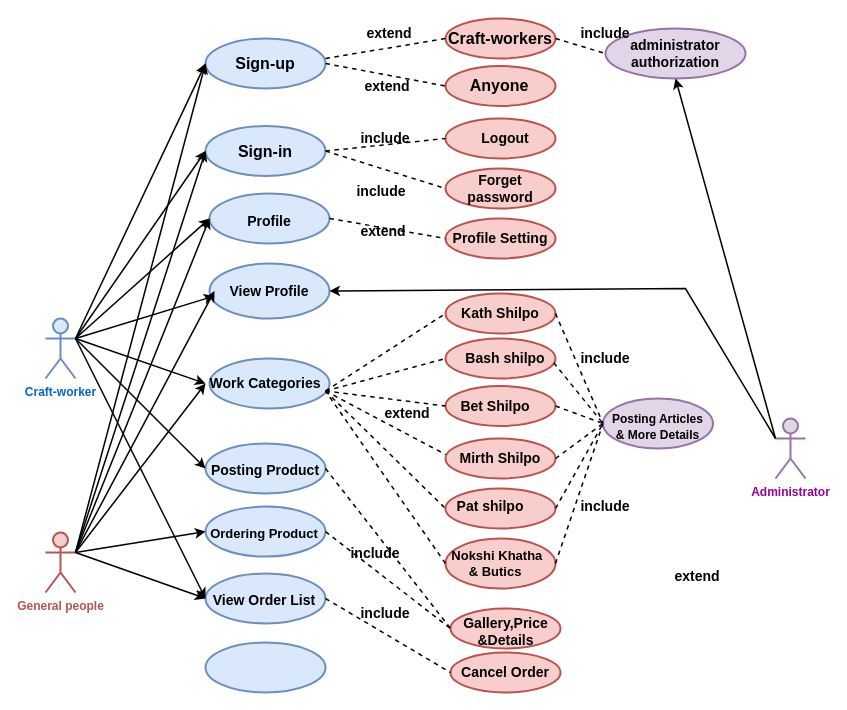
Above: se231use.drawio in Fatema-A-Ferdaus/se231 (draw.io), before the change. Source tidied: cells renumbered, new cells numbered last; positions are measured from the earlier drawing's top-left corner, leaving out a move shared by most shapes. Both pictures are drawn from the tidied source at 100%, with x=0, y=0 at pixel (45, 18).
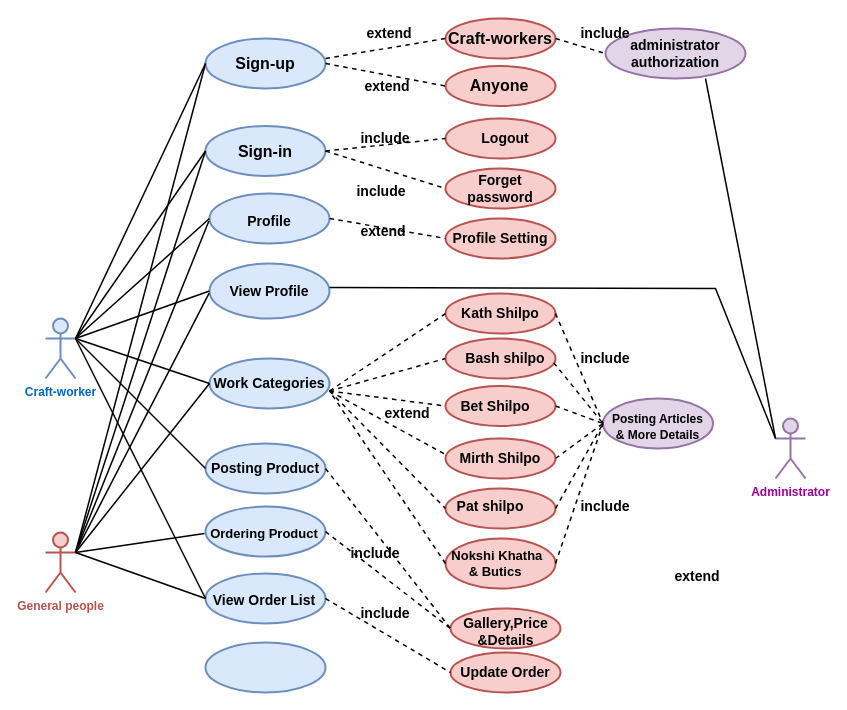
Above is the later version.

Unchanged cells that the change refers to:
```xml
<mxCell id="2" value="&lt;font color=&quot;#0066CC&quot;&gt;&lt;b&gt;Craft-worker&lt;/b&gt;&lt;/font&gt;" style="shape=umlActor;verticalLabelPosition=bottom;verticalAlign=top;html=1;outlineConnect=0;fillColor=#dae8fc;strokeColor=#6c8ebf;strokeWidth=2;" parent="1" vertex="1">
  <mxGeometry y="300" width="30" height="60" as="geometry" />
</mxCell>
<mxCell id="3" value="&lt;font color=&quot;#B85450&quot;&gt;&lt;b&gt;General people&lt;/b&gt;&lt;/font&gt;" style="shape=umlActor;verticalLabelPosition=bottom;verticalAlign=top;html=1;outlineConnect=0;fillColor=#f8cecc;strokeColor=#B85450;strokeWidth=2;" parent="1" vertex="1">
  <mxGeometry y="514" width="30" height="60" as="geometry" />
</mxCell>
<mxCell id="4" value="&lt;font color=&quot;#990099&quot;&gt;&lt;b&gt;Administrator&lt;/b&gt;&lt;/font&gt;" style="shape=umlActor;verticalLabelPosition=bottom;verticalAlign=top;html=1;outlineConnect=0;fillColor=#e1d5e7;strokeColor=#9673a6;strokeWidth=2;" parent="1" vertex="1">
  <mxGeometry x="730" y="400" width="30" height="60" as="geometry" />
</mxCell>
<mxCell id="5" style="ellipse;whiteSpace=wrap;html=1;fillColor=#dae8fc;strokeColor=#6c8ebf;strokeWidth=2;" parent="1" vertex="1">
  <mxGeometry x="160" y="20" width="120" height="50" as="geometry" />
</mxCell>
<mxCell id="6" style="ellipse;whiteSpace=wrap;html=1;fillColor=#dae8fc;strokeColor=#6c8ebf;strokeWidth=2;" parent="1" vertex="1">
  <mxGeometry x="160" y="107.5" width="120" height="50" as="geometry" />
</mxCell>
<mxCell id="7" style="ellipse;whiteSpace=wrap;html=1;fillColor=#dae8fc;strokeColor=#6c8ebf;strokeWidth=2;" parent="1" vertex="1">
  <mxGeometry x="164" y="175" width="120" height="50" as="geometry" />
</mxCell>
<mxCell id="8" style="ellipse;whiteSpace=wrap;html=1;fillColor=#dae8fc;strokeColor=#6c8ebf;strokeWidth=2;" parent="1" vertex="1">
  <mxGeometry x="164" y="245" width="120" height="55" as="geometry" />
</mxCell>
<mxCell id="9" style="ellipse;whiteSpace=wrap;html=1;fillColor=#dae8fc;strokeColor=#6c8ebf;strokeWidth=2;" parent="1" vertex="1">
  <mxGeometry x="164" y="340" width="120" height="50" as="geometry" />
</mxCell>
<mxCell id="21" value="&lt;b&gt;administrator authorization&lt;/b&gt;" style="text;html=1;strokeColor=none;fillColor=none;align=center;verticalAlign=middle;whiteSpace=wrap;rounded=0;fontSize=14;fontColor=#000000;" parent="1" vertex="1">
  <mxGeometry x="570" y="10" width="120" height="50" as="geometry" />
</mxCell>
<mxCell id="44" value="&lt;b&gt;View Profile&lt;/b&gt;" style="text;html=1;strokeColor=none;fillColor=none;align=center;verticalAlign=middle;whiteSpace=wrap;rounded=0;fontSize=14;fontColor=#000000;" parent="1" vertex="1">
  <mxGeometry x="169" y="262.5" width="110" height="20" as="geometry" />
</mxCell>
<mxCell id="80" style="ellipse;whiteSpace=wrap;html=1;fillColor=#dae8fc;strokeColor=#6c8ebf;strokeWidth=2;" parent="1" vertex="1">
  <mxGeometry x="160" y="425" width="120" height="50" as="geometry" />
</mxCell>
<mxCell id="81" style="ellipse;whiteSpace=wrap;html=1;fillColor=#dae8fc;strokeColor=#6c8ebf;strokeWidth=2;" parent="1" vertex="1">
  <mxGeometry x="160" y="488.1" width="120" height="50" as="geometry" />
</mxCell>
<mxCell id="82" style="ellipse;whiteSpace=wrap;html=1;fillColor=#dae8fc;strokeColor=#6c8ebf;strokeWidth=2;" parent="1" vertex="1">
  <mxGeometry x="160" y="555" width="120" height="50" as="geometry" />
</mxCell>
<mxCell id="91" value="&lt;font style=&quot;font-size: 13px&quot;&gt;&lt;b&gt;Ordering Product&lt;/b&gt;&lt;/font&gt;" style="text;html=1;strokeColor=none;fillColor=none;align=center;verticalAlign=middle;whiteSpace=wrap;rounded=0;fontSize=12;" parent="1" vertex="1">
  <mxGeometry x="159" y="500" width="120" height="30" as="geometry" />
</mxCell>
```

Change to the diagram source:
```diff
@@
-    <mxCell id="30" style="endArrow=classic;html=1;rounded=0;fontSize=14;fontColor=#000000;strokeWidth=1.5;exitX=1;exitY=0.3333333333333333;exitDx=0;exitDy=0;exitPerimeter=0;entryX=0;entryY=0.5;entryDx=0;entryDy=0;" parent="1" edge="1" source="2" target="5">
-      <mxGeometry relative="1" as="geometry" />
-    </mxCell>
-    <mxCell id="31" style="endArrow=classic;html=1;rounded=0;fontSize=14;fontColor=#000000;strokeWidth=1.5;entryX=0;entryY=0.5;entryDx=0;entryDy=0;exitX=1;exitY=0.3333333333333333;exitDx=0;exitDy=0;exitPerimeter=0;" parent="1" edge="1" source="2" target="6">
-      <mxGeometry relative="1" as="geometry" />
-    </mxCell>
@@
-    <mxCell id="34" style="endArrow=classic;html=1;rounded=0;fontSize=14;fontColor=#000000;strokeWidth=1.5;exitX=0;exitY=0.3333333333333333;exitDx=0;exitDy=0;exitPerimeter=0;entryX=0.5;entryY=1;entryDx=0;entryDy=0;" parent="1" edge="1" source="4" target="21">
-      <mxGeometry relative="1" as="geometry" />
-    </mxCell>
@@
-    <mxCell id="40" style="endArrow=classic;html=1;rounded=0;fontSize=14;fontColor=#000000;strokeWidth=1.5;exitX=1;exitY=0.3333333333333333;exitDx=0;exitDy=0;exitPerimeter=0;entryX=0;entryY=0.5;entryDx=0;entryDy=0;" parent="1" edge="1" source="3" target="5">
-      <mxGeometry relative="1" as="geometry" />
-    </mxCell>
-    <mxCell id="41" style="endArrow=classic;html=1;rounded=0;fontSize=14;fontColor=#000000;strokeWidth=1.5;exitX=1;exitY=0.3333333333333333;exitDx=0;exitDy=0;exitPerimeter=0;entryX=0;entryY=0.5;entryDx=0;entryDy=0;" parent="1" edge="1" source="3" target="6">
-      <mxGeometry relative="1" as="geometry" />
-    </mxCell>
-    <mxCell id="42" style="endArrow=classic;html=1;rounded=0;fontSize=14;fontColor=#000000;strokeWidth=1.5;entryX=0;entryY=0.5;entryDx=0;entryDy=0;exitX=1;exitY=0.3333333333333333;exitDx=0;exitDy=0;exitPerimeter=0;" parent="1" edge="1" source="3" target="7">
-      <mxGeometry relative="1" as="geometry" />
-    </mxCell>
-    <mxCell id="43" style="endArrow=classic;html=1;rounded=0;fontSize=14;fontColor=#000000;strokeWidth=1.5;entryX=0;entryY=0.5;entryDx=0;entryDy=0;" parent="1" edge="1" target="7">
-      <mxGeometry relative="1" as="geometry">
-        <mxPoint x="30" y="320" as="sourcePoint" />
-      </mxGeometry>
-    </mxCell>
@@
-    <mxCell id="45" style="endArrow=classic;html=1;rounded=0;fontSize=14;fontColor=#000000;strokeWidth=1.5;entryX=1;entryY=0.5;entryDx=0;entryDy=0;exitX=0;exitY=0.3333333333333333;exitDx=0;exitDy=0;exitPerimeter=0;" parent="1" edge="1" source="4" target="8">
-      <mxGeometry relative="1" as="geometry">
-        <Array as="points">
-          <mxPoint x="640" y="270" />
-        </Array>
-      </mxGeometry>
-    </mxCell>
-    <mxCell id="46" style="endArrow=classic;html=1;rounded=0;fontSize=14;fontColor=#000000;strokeWidth=1.5;entryX=0;entryY=0.5;entryDx=0;entryDy=0;exitX=1;exitY=0.3333333333333333;exitDx=0;exitDy=0;exitPerimeter=0;" parent="1" edge="1" source="3" target="44">
-      <mxGeometry relative="1" as="geometry" />
-    </mxCell>
-    <mxCell id="47" style="endArrow=classic;html=1;rounded=0;fontSize=14;fontColor=#000000;strokeWidth=1.5;entryX=0;entryY=0.75;entryDx=0;entryDy=0;exitX=1;exitY=0.3333333333333333;exitDx=0;exitDy=0;exitPerimeter=0;" parent="1" edge="1" source="2" target="44">
-      <mxGeometry relative="1" as="geometry" />
-    </mxCell>
     <mxCell id="48" value="&lt;b&gt;Work &lt;span style=&quot;font-family: &amp;#34;arial&amp;#34; ; color: rgb(0 , 0 , 0) ; background-color: transparent ; font-style: normal ; font-variant: normal ; text-decoration: none ; vertical-align: baseline&quot; id=&quot;docs-internal-guid-b7d664e6-7fff-4944-9143-4917c589e76c&quot;&gt;Categories&lt;/span&gt;&lt;/b&gt;" style="text;html=1;strokeColor=none;fillColor=none;align=center;verticalAlign=middle;whiteSpace=wrap;rounded=0;fontSize=14;fontColor=#000000;" parent="1" vertex="1">
-      <mxGeometry x="160" y="350" width="120" height="30" as="geometry" />
+      <mxGeometry x="164" y="350" width="120" height="30" as="geometry" />
     </mxCell>
-    <mxCell id="49" style="endArrow=classic;html=1;rounded=0;fontSize=14;fontColor=#000000;strokeWidth=1.5;entryX=0;entryY=0.5;entryDx=0;entryDy=0;exitX=1;exitY=0.3333333333333333;exitDx=0;exitDy=0;exitPerimeter=0;" parent="1" edge="1" source="2" target="48">
-      <mxGeometry relative="1" as="geometry" />
-    </mxCell>
-    <mxCell id="50" style="endArrow=classic;html=1;rounded=0;fontSize=14;fontColor=#000000;strokeWidth=1.5;exitX=1;exitY=0.3333333333333333;exitDx=0;exitDy=0;exitPerimeter=0;entryX=0;entryY=0.5;entryDx=0;entryDy=0;" parent="1" edge="1" source="3" target="48">
-      <mxGeometry relative="1" as="geometry" />
-    </mxCell>
@@
     <mxCell id="84" value="&lt;font size=&quot;1&quot;&gt;&lt;b style=&quot;font-size: 14px&quot;&gt;Posting Product&lt;/b&gt;&lt;/font&gt;" style="text;html=1;strokeColor=none;fillColor=none;align=center;verticalAlign=middle;whiteSpace=wrap;rounded=0;fontSize=12;" parent="1" vertex="1">
-      <mxGeometry x="164" y="434" width="112" height="36" as="geometry" />
+      <mxGeometry x="164" y="432" width="112" height="36" as="geometry" />
     </mxCell>
-    <mxCell id="85" style="endArrow=classic;html=1;rounded=0;fontSize=14;strokeWidth=1.5;entryX=0;entryY=0.5;entryDx=0;entryDy=0;" parent="1" edge="1" target="80">
-      <mxGeometry relative="1" as="geometry">
-        <mxPoint x="30" y="320" as="sourcePoint" />
-      </mxGeometry>
-    </mxCell>
@@
-    <mxCell id="92" style="endArrow=classic;html=1;rounded=0;fontSize=13;strokeWidth=1.5;exitX=1;exitY=0.3333333333333333;exitDx=0;exitDy=0;exitPerimeter=0;entryX=0;entryY=0.5;entryDx=0;entryDy=0;" parent="1" edge="1" source="3" target="81">
-      <mxGeometry relative="1" as="geometry" />
-    </mxCell>
@@
-    <mxCell id="95" value="&lt;b&gt;&lt;font style=&quot;font-size: 14px&quot;&gt;Cancel Order&lt;/font&gt;&lt;/b&gt;" style="text;html=1;strokeColor=none;fillColor=none;align=center;verticalAlign=middle;whiteSpace=wrap;rounded=0;fontSize=13;" parent="1" vertex="1">
+    <mxCell id="95" value="&lt;b&gt;&lt;font style=&quot;font-size: 14px&quot;&gt;Update Order&lt;/font&gt;&lt;/b&gt;" style="text;html=1;strokeColor=none;fillColor=none;align=center;verticalAlign=middle;whiteSpace=wrap;rounded=0;fontSize=13;" parent="1" vertex="1">
       <mxGeometry x="410" y="646" width="100" height="16" as="geometry" />
     </mxCell>
@@
+    <mxCell id="100" value="&lt;b&gt;include&lt;/b&gt;" style="text;html=1;strokeColor=none;fillColor=none;align=center;verticalAlign=middle;whiteSpace=wrap;rounded=0;fontSize=14;fontColor=#000000;" parent="1" vertex="1">
+      <mxGeometry x="310" y="580" width="60" height="30" as="geometry" />
+    </mxCell>
+    <mxCell id="30" style="endArrow=none;html=1;rounded=0;fontSize=14;strokeColor=default;strokeWidth=1.5;entryX=0;entryY=0.5;entryDx=0;entryDy=0;exitX=1;exitY=0.3333333333333333;exitDx=0;exitDy=0;exitPerimeter=0;" parent="1" edge="1" source="2" target="5">
+      <mxGeometry relative="1" as="geometry" />
+    </mxCell>
+    <mxCell id="34" style="endArrow=none;html=1;rounded=0;fontSize=14;strokeColor=default;strokeWidth=1.5;exitX=0;exitY=0.3333333333333333;exitDx=0;exitDy=0;exitPerimeter=0;entryX=0.75;entryY=1;entryDx=0;entryDy=0;" parent="1" edge="1" source="4" target="21">
+      <mxGeometry relative="1" as="geometry" />
+    </mxCell>
+    <mxCell id="101" style="endArrow=none;html=1;rounded=0;fontSize=14;strokeColor=default;strokeWidth=1.5;entryX=0;entryY=0.3333333333333333;entryDx=0;entryDy=0;entryPerimeter=0;exitX=1.001;exitY=0.438;exitDx=0;exitDy=0;exitPerimeter=0;" parent="1" edge="1" source="8" target="4">
+      <mxGeometry relative="1" as="geometry">
+        <Array as="points">
+          <mxPoint x="670" y="270" />
+        </Array>
+      </mxGeometry>
+    </mxCell>
+    <mxCell id="40" style="endArrow=none;html=1;rounded=0;fontSize=14;strokeColor=default;strokeWidth=1.5;entryX=0;entryY=0.5;entryDx=0;entryDy=0;exitX=1;exitY=0.3333333333333333;exitDx=0;exitDy=0;exitPerimeter=0;" parent="1" edge="1" source="3" target="5">
+      <mxGeometry relative="1" as="geometry" />
+    </mxCell>
+    <mxCell id="31" style="endArrow=none;html=1;rounded=0;fontSize=14;strokeColor=default;strokeWidth=1.5;entryX=0;entryY=0.5;entryDx=0;entryDy=0;exitX=1;exitY=0.3333333333333333;exitDx=0;exitDy=0;exitPerimeter=0;" parent="1" edge="1" source="2" target="6">
+      <mxGeometry relative="1" as="geometry" />
+    </mxCell>
+    <mxCell id="102" style="endArrow=none;html=1;rounded=0;fontSize=14;strokeColor=default;strokeWidth=1.5;entryX=0;entryY=0.5;entryDx=0;entryDy=0;exitX=1;exitY=0.3333333333333333;exitDx=0;exitDy=0;exitPerimeter=0;" parent="1" edge="1" source="2" target="7">
+      <mxGeometry relative="1" as="geometry" />
+    </mxCell>
+    <mxCell id="103" style="endArrow=none;html=1;rounded=0;fontSize=14;strokeColor=default;strokeWidth=1.5;entryX=0;entryY=0.5;entryDx=0;entryDy=0;exitX=1;exitY=0.3333333333333333;exitDx=0;exitDy=0;exitPerimeter=0;" parent="1" edge="1" source="2" target="8">
+      <mxGeometry relative="1" as="geometry" />
+    </mxCell>
+    <mxCell id="104" style="endArrow=none;html=1;rounded=0;fontSize=14;strokeColor=default;strokeWidth=1.5;exitX=0;exitY=0.5;exitDx=0;exitDy=0;" parent="1" edge="1" source="9">
+      <mxGeometry relative="1" as="geometry">
+        <mxPoint x="30" y="320" as="targetPoint" />
+      </mxGeometry>
+    </mxCell>
+    <mxCell id="105" style="endArrow=none;html=1;rounded=0;fontSize=14;strokeColor=default;strokeWidth=1.5;exitX=0;exitY=0.5;exitDx=0;exitDy=0;" parent="1" edge="1" source="80">
+      <mxGeometry relative="1" as="geometry">
+        <mxPoint x="30" y="320" as="targetPoint" />
+      </mxGeometry>
+    </mxCell>
+    <mxCell id="106" style="endArrow=none;html=1;rounded=0;fontSize=14;strokeColor=default;strokeWidth=1.5;exitX=0;exitY=0.5;exitDx=0;exitDy=0;" parent="1" edge="1" source="82">
+      <mxGeometry relative="1" as="geometry">
+        <mxPoint x="30" y="320" as="targetPoint" />
+      </mxGeometry>
+    </mxCell>
-    <mxCell id="98" style="endArrow=classic;html=1;rounded=0;fontSize=14;strokeWidth=1.5;exitX=1;exitY=0.3333333333333333;exitDx=0;exitDy=0;exitPerimeter=0;entryX=0;entryY=0.5;entryDx=0;entryDy=0;" parent="1" edge="1" source="3" target="82">
+    <mxCell id="98" style="endArrow=none;html=1;rounded=0;fontSize=14;strokeColor=default;strokeWidth=1.5;entryX=0;entryY=0.5;entryDx=0;entryDy=0;exitX=1;exitY=0.3333333333333333;exitDx=0;exitDy=0;exitPerimeter=0;" parent="1" edge="1" source="3" target="82">
       <mxGeometry relative="1" as="geometry" />
     </mxCell>
-    <mxCell id="99" style="endArrow=classic;html=1;rounded=0;fontSize=14;strokeWidth=1.5;" parent="1" edge="1">
-      <mxGeometry relative="1" as="geometry">
-        <mxPoint x="30" y="320" as="sourcePoint" />
-        <mxPoint x="160" y="580" as="targetPoint" />
-      </mxGeometry>
-    </mxCell>
-    <mxCell id="100" value="&lt;b&gt;include&lt;/b&gt;" style="text;html=1;strokeColor=none;fillColor=none;align=center;verticalAlign=middle;whiteSpace=wrap;rounded=0;fontSize=14;fontColor=#000000;" parent="1" vertex="1">
-      <mxGeometry x="310" y="580" width="60" height="30" as="geometry" />
-    </mxCell>
+    <mxCell id="107" style="endArrow=none;html=1;rounded=0;fontSize=14;strokeColor=default;strokeWidth=1.5;exitX=1;exitY=0.3333333333333333;exitDx=0;exitDy=0;exitPerimeter=0;entryX=0;entryY=0.5;entryDx=0;entryDy=0;" parent="1" edge="1" source="3" target="91">
+      <mxGeometry relative="1" as="geometry" />
+    </mxCell>
+    <mxCell id="50" style="endArrow=none;html=1;rounded=0;fontSize=14;strokeColor=default;strokeWidth=1.5;entryX=0;entryY=0.5;entryDx=0;entryDy=0;exitX=1;exitY=0.3333333333333333;exitDx=0;exitDy=0;exitPerimeter=0;" parent="1" edge="1" source="3" target="48">
+      <mxGeometry relative="1" as="geometry" />
+    </mxCell>
+    <mxCell id="108" style="endArrow=none;html=1;rounded=0;fontSize=14;strokeColor=default;strokeWidth=1.5;exitX=1;exitY=0.3333333333333333;exitDx=0;exitDy=0;exitPerimeter=0;entryX=-0.003;entryY=0.54;entryDx=0;entryDy=0;entryPerimeter=0;" parent="1" edge="1" source="3" target="8">
+      <mxGeometry relative="1" as="geometry" />
+    </mxCell>
+    <mxCell id="42" style="endArrow=none;html=1;rounded=0;fontSize=14;strokeColor=default;strokeWidth=1.5;entryX=-0.005;entryY=0.549;entryDx=0;entryDy=0;entryPerimeter=0;exitX=1;exitY=0.3333333333333333;exitDx=0;exitDy=0;exitPerimeter=0;" parent="1" edge="1" source="3" target="7">
+      <mxGeometry relative="1" as="geometry" />
+    </mxCell>
+    <mxCell id="41" style="endArrow=none;html=1;rounded=0;fontSize=14;strokeColor=default;strokeWidth=1.5;entryX=0;entryY=0.5;entryDx=0;entryDy=0;exitX=1;exitY=0.3333333333333333;exitDx=0;exitDy=0;exitPerimeter=0;" parent="1" edge="1" source="3" target="6">
+      <mxGeometry relative="1" as="geometry" />
+    </mxCell>
```
